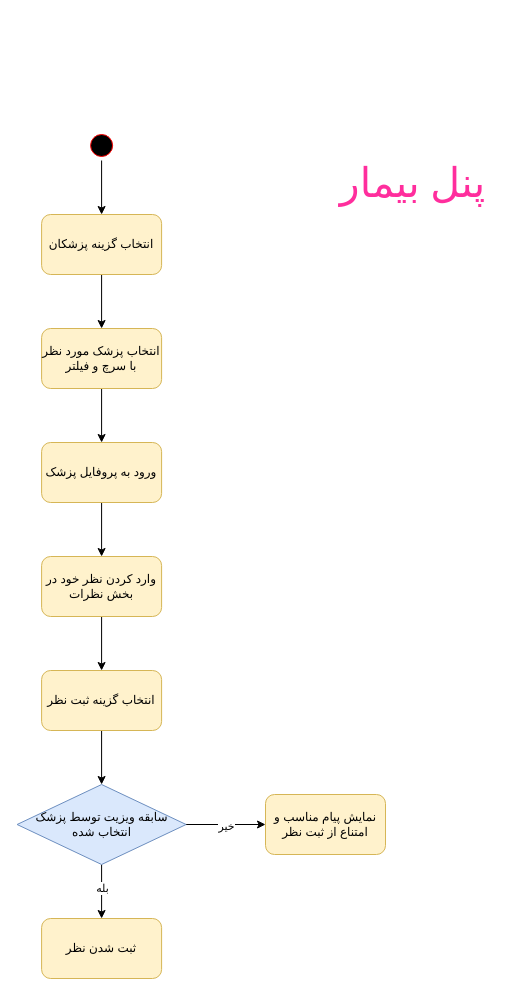
The draw.io diagram page "ثبت‌نظر" (9 of 19) of ActivityDiagram.drawio in Matinrezaei/Software-Lab, before the edit. Source tidied: cells renumbered, new cells numbered last; positions are measured from the earlier drawing's top-left corner, leaving out a move shared by most shapes. Both pictures are drawn from the tidied source at 100%, with x=0, y=0 at pixel (17, 130).
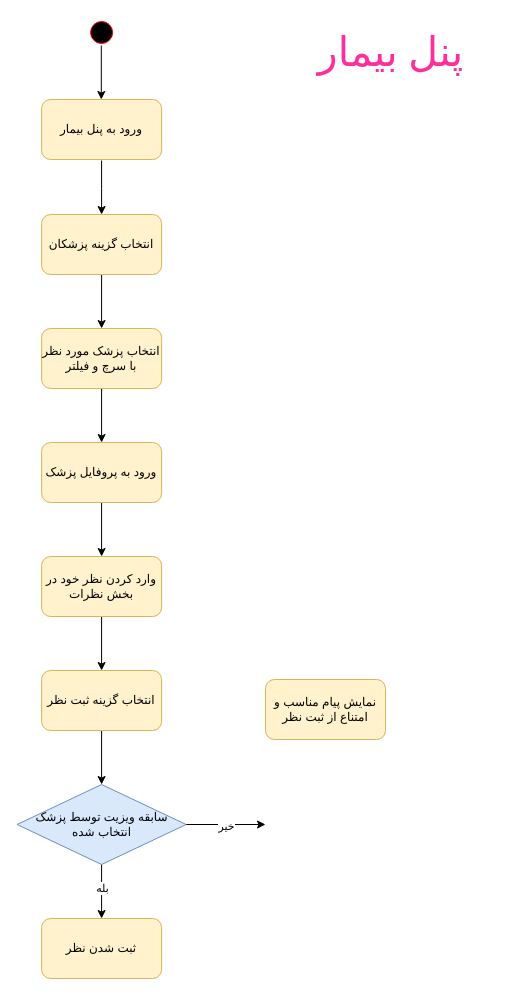
The same page after the edit.

Unchanged cells that the change refers to:
```xml
<mxCell id="6" value="سابقه ویزیت توسط پزشک انتخاب شده" style="rhombus;whiteSpace=wrap;html=1;fillColor=#dae8fc;strokeColor=#6c8ebf;" parent="1" vertex="1">
  <mxGeometry x="-0.4" y="654" width="169" height="80" as="geometry" />
</mxCell>
<mxCell id="10" value="انتخاب گزینه پزشکان" style="rounded=1;whiteSpace=wrap;html=1;fillColor=#fff2cc;strokeColor=#d6b656;" parent="1" vertex="1">
  <mxGeometry x="24.1" y="84" width="120" height="60" as="geometry" />
</mxCell>
```

What changed in the source:
```diff
@@
-    <mxCell id="2" style="edgeStyle=orthogonalEdgeStyle;rounded=0;jettySize=auto;html=1;entryX=0;entryY=0.5;entryDx=0;entryDy=0;" parent="1" edge="1" source="6" target="20">
-      <mxGeometry relative="1" as="geometry" />
+    <mxCell id="2" style="edgeStyle=orthogonalEdgeStyle;rounded=0;jettySize=auto;html=1;entryX=0;entryY=0.5;entryDx=0;entryDy=0;" parent="1" edge="1" source="6">
+      <mxGeometry relative="1" as="geometry">
+        <mxPoint x="248" y="694" as="targetPoint" />
+      </mxGeometry>
     </mxCell>
@@
-    <mxCell id="7" style="edgeStyle=orthogonalEdgeStyle;rounded=0;jettySize=auto;html=1;entryX=0.5;entryY=0;entryDx=0;entryDy=0;" parent="1" edge="1" source="8" target="10">
-      <mxGeometry relative="1" as="geometry" />
+    <mxCell id="7" style="edgeStyle=orthogonalEdgeStyle;rounded=0;jettySize=auto;html=1;entryX=0.5;entryY=0;entryDx=0;entryDy=0;" parent="1" edge="1" target="10">
+      <mxGeometry relative="1" as="geometry">
+        <mxPoint x="84.1" y="30" as="sourcePoint" />
+        <Array as="points">
+          <mxPoint x="84" y="58" />
+          <mxPoint x="84" y="58" />
+        </Array>
+      </mxGeometry>
     </mxCell>
     <mxCell id="8" style="ellipse;html=1;shape=startState;fillColor=#000000;strokeColor=#ff0000;" parent="1" vertex="1">
-      <mxGeometry x="69.1" width="30" height="30" as="geometry" />
+      <mxGeometry x="69.1" y="-113" width="30" height="30" as="geometry" />
     </mxCell>
@@
     <mxCell id="20" value="نمایش پیام مناسب و امتناع از ثبت نظر" style="rounded=1;whiteSpace=wrap;html=1;fillColor=#fff2cc;strokeColor=#d6b656;" parent="1" vertex="1">
-      <mxGeometry x="248" y="664" width="120" height="60" as="geometry" />
+      <mxGeometry x="248" y="549" width="120" height="60" as="geometry" />
     </mxCell>
     <mxCell id="21" value="&lt;font color=&quot;#ff2e9d&quot; style=&quot;font-size: 41px;&quot; face=&quot;Tahoma&quot;&gt;پنل بیمار&lt;/font&gt;&lt;font style=&quot;font-size: 41px;&quot; face=&quot;_kxpbe5iIvoVPWevJDPW&quot;&gt;&lt;br&gt;&lt;/font&gt;" style="text;html=1;align=center;verticalAlign=middle;strokeColor=none;fillColor=none;" parent="1" vertex="1">
-      <mxGeometry x="313" y="20" width="164" height="64" as="geometry" />
+      <mxGeometry x="291" y="-111" width="164" height="64" as="geometry" />
     </mxCell>
+    <mxCell id="22" style="edgeStyle=orthogonalEdgeStyle;rounded=0;orthogonalLoop=1;jettySize=auto;html=1;" parent="1" edge="1">
+      <mxGeometry relative="1" as="geometry">
+        <mxPoint x="83.8" y="-85" as="sourcePoint" />
+        <mxPoint x="83.8" y="-31" as="targetPoint" />
+      </mxGeometry>
+    </mxCell>
+    <mxCell id="23" value="ورود به پنل بیمار" style="rounded=1;whiteSpace=wrap;html=1;fillColor=#fff2cc;strokeColor=#d6b656;" parent="1" vertex="1">
+      <mxGeometry x="24.1" y="-31" width="120" height="60" as="geometry" />
+    </mxCell>
```
